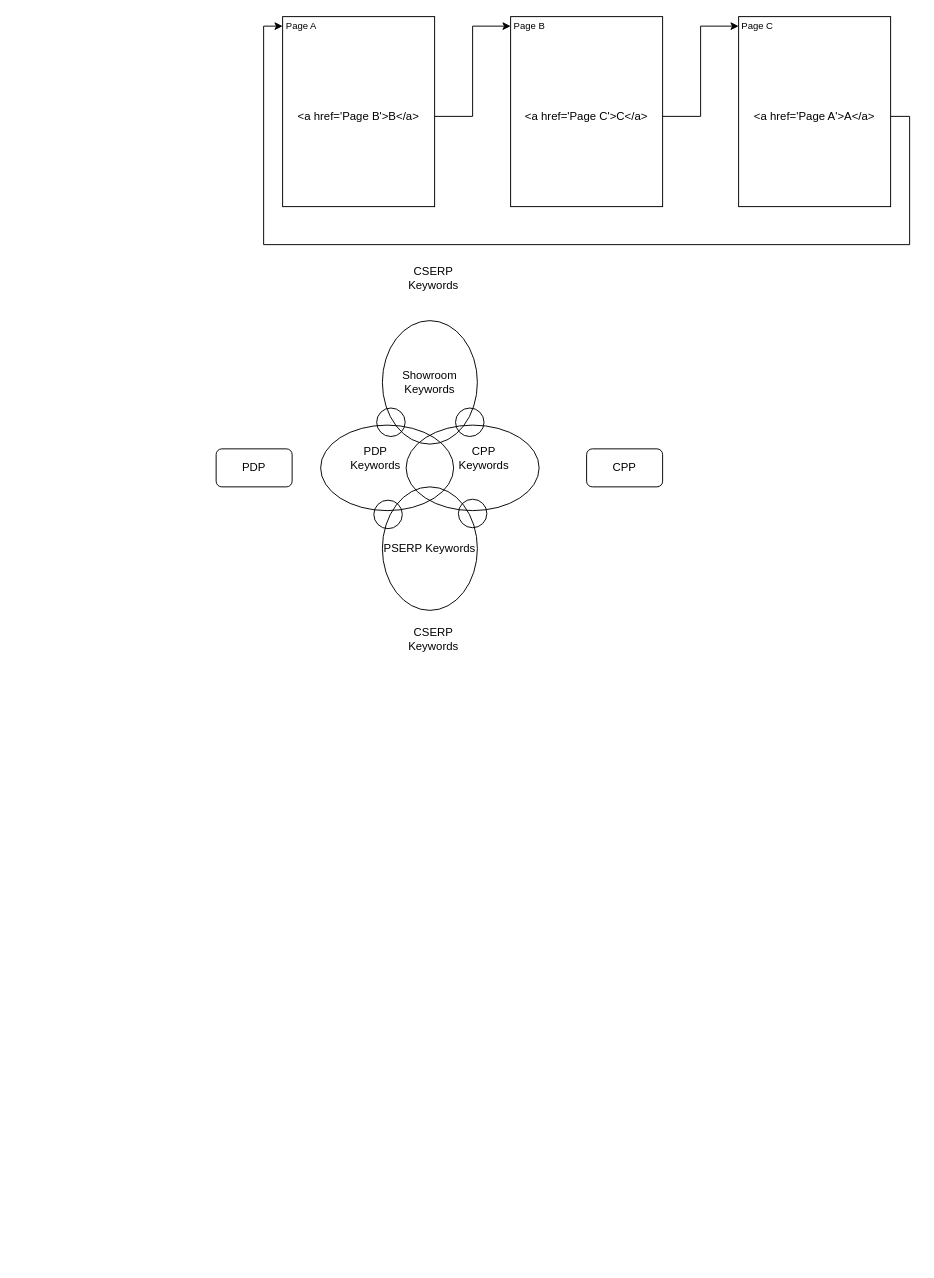
This is drawio/internal_links1225.drawio from VisableHarry/seo-drawio, a draw.io file, before an edit. Source tidied: cells renumbered, new cells numbered last; positions are measured from the earlier drawing's top-left corner, leaving out a move shared by most shapes. Both pictures are drawn from the tidied source at 95%, with x=0, y=0 at pixel (216, 16).
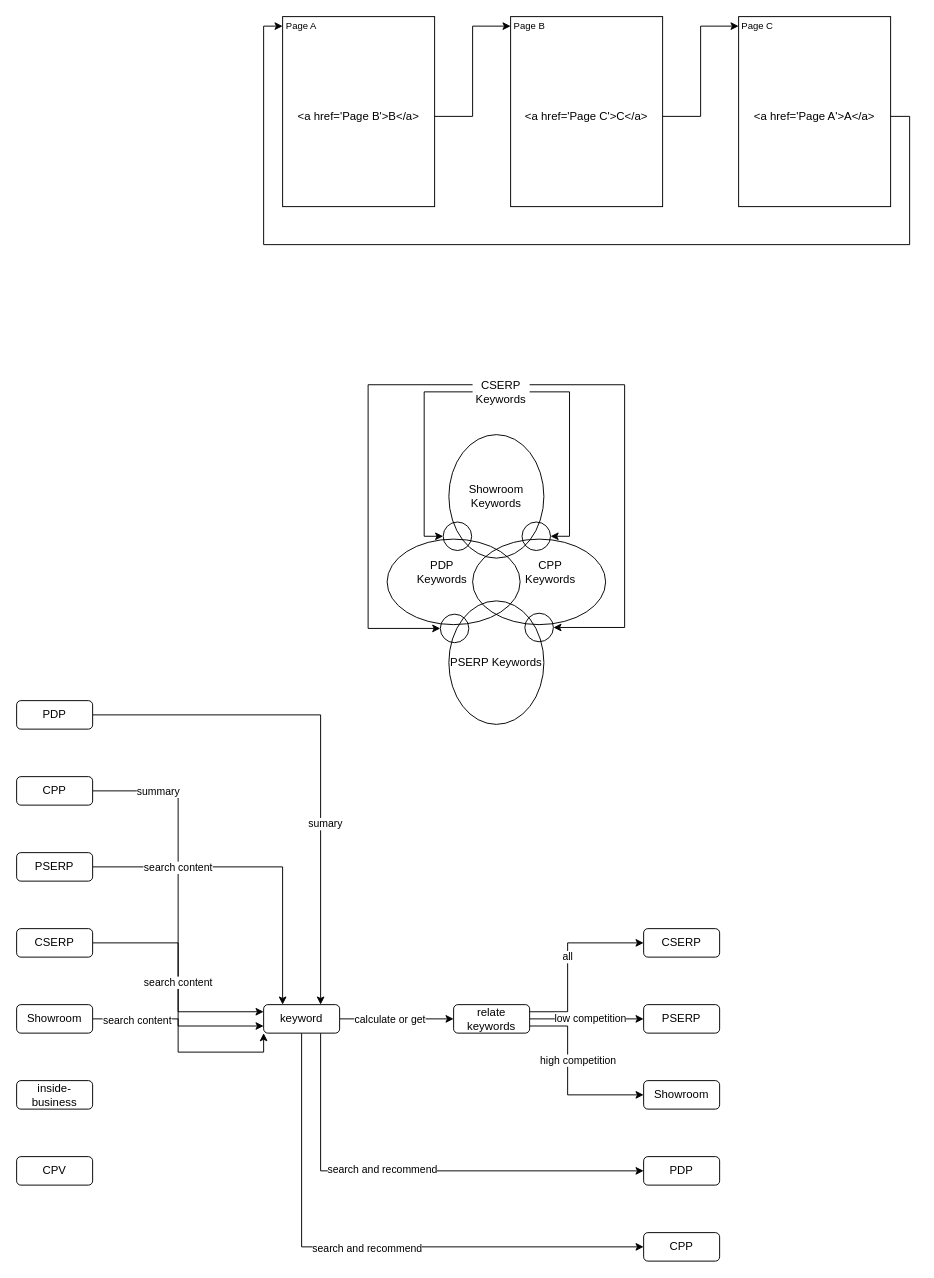
The same diagram, later.

The edit, as a diff of the source:
```diff
@@
-    <mxCell id="14" value="PDP" style="rounded=1;whiteSpace=wrap;html=1;" parent="1" vertex="1">
-      <mxGeometry y="455" width="80" height="40" as="geometry" />
-    </mxCell>
-    <mxCell id="15" value="CPP" style="rounded=1;whiteSpace=wrap;html=1;" parent="1" vertex="1">
-      <mxGeometry x="390" y="455" width="80" height="40" as="geometry" />
-    </mxCell>
     <mxCell id="16" value="PSERP Keywords" style="ellipse;whiteSpace=wrap;html=1;fillColor=none;" parent="1" vertex="1">
-      <mxGeometry x="175" y="495" width="100" height="130" as="geometry" />
+      <mxGeometry x="245" y="615" width="100" height="130" as="geometry" />
     </mxCell>
     <mxCell id="17" value="Showroom Keywords" style="ellipse;whiteSpace=wrap;html=1;fillColor=none;" parent="1" vertex="1">
-      <mxGeometry x="175" y="320" width="100" height="130" as="geometry" />
+      <mxGeometry x="245" y="440" width="100" height="130" as="geometry" />
     </mxCell>
     <mxCell id="18" style="ellipse;whiteSpace=wrap;html=1;fillColor=none;" parent="1" vertex="1">
-      <mxGeometry x="252" y="412" width="30" height="30" as="geometry" />
+      <mxGeometry x="322" y="532" width="30" height="30" as="geometry" />
     </mxCell>
     <mxCell id="19" style="ellipse;whiteSpace=wrap;html=1;fillColor=none;align=left;" parent="1" vertex="1">
-      <mxGeometry x="110" y="430" width="140" height="90" as="geometry" />
+      <mxGeometry x="180" y="550" width="140" height="90" as="geometry" />
     </mxCell>
     <mxCell id="20" style="ellipse;whiteSpace=wrap;html=1;fillColor=none;align=right;" parent="1" vertex="1">
-      <mxGeometry x="200" y="430" width="140" height="90" as="geometry" />
+      <mxGeometry x="270" y="550" width="140" height="90" as="geometry" />
     </mxCell>
     <mxCell id="21" value="PDP Keywords" style="text;html=1;align=center;verticalAlign=middle;whiteSpace=wrap;rounded=0;" parent="1" vertex="1">
-      <mxGeometry x="136" y="450" width="64" height="30" as="geometry" />
+      <mxGeometry x="206" y="570" width="64" height="30" as="geometry" />
     </mxCell>
     <mxCell id="22" value="CPP Keywords" style="text;html=1;align=center;verticalAlign=middle;whiteSpace=wrap;rounded=0;" parent="1" vertex="1">
-      <mxGeometry x="250" y="450" width="64" height="30" as="geometry" />
+      <mxGeometry x="320" y="570" width="64" height="30" as="geometry" />
     </mxCell>
     <mxCell id="23" style="ellipse;whiteSpace=wrap;html=1;fillColor=none;" parent="1" vertex="1">
-      <mxGeometry x="255" y="508" width="30" height="30" as="geometry" />
+      <mxGeometry x="325" y="628" width="30" height="30" as="geometry" />
     </mxCell>
     <mxCell id="24" style="ellipse;whiteSpace=wrap;html=1;fillColor=none;" parent="1" vertex="1">
-      <mxGeometry x="169" y="412" width="30" height="30" as="geometry" />
+      <mxGeometry x="239" y="532" width="30" height="30" as="geometry" />
     </mxCell>
     <mxCell id="25" style="ellipse;whiteSpace=wrap;html=1;fillColor=none;" parent="1" vertex="1">
-      <mxGeometry x="166" y="509" width="30" height="30" as="geometry" />
+      <mxGeometry x="236" y="629" width="30" height="30" as="geometry" />
     </mxCell>
-    <mxCell id="26" value="CSERP Keywords" style="text;html=1;align=center;verticalAlign=middle;whiteSpace=wrap;rounded=0;" parent="1" vertex="1">
-      <mxGeometry x="199" y="640" width="60" height="30" as="geometry" />
-    </mxCell>
+    <mxCell id="28" style="edgeStyle=orthogonalEdgeStyle;rounded=0;jettySize=auto;html=1;exitX=0;exitY=0.5;exitDx=0;exitDy=0;entryX=0;entryY=0.5;entryDx=0;entryDy=0;" parent="1" edge="1" source="27" target="24">
+      <mxGeometry relative="1" as="geometry" />
+    </mxCell>
+    <mxCell id="29" style="edgeStyle=orthogonalEdgeStyle;rounded=0;jettySize=auto;html=1;exitX=1;exitY=0.5;exitDx=0;exitDy=0;entryX=1;entryY=0.5;entryDx=0;entryDy=0;" parent="1" edge="1" source="27" target="18">
+      <mxGeometry relative="1" as="geometry" />
+    </mxCell>
+    <mxCell id="30" style="edgeStyle=orthogonalEdgeStyle;rounded=0;jettySize=auto;html=1;exitX=0;exitY=0.25;exitDx=0;exitDy=0;entryX=0;entryY=0.5;entryDx=0;entryDy=0;" parent="1" edge="1" source="27" target="25">
+      <mxGeometry relative="1" as="geometry">
+        <Array as="points">
+          <mxPoint x="160" y="388" />
+          <mxPoint x="160" y="644" />
+        </Array>
+      </mxGeometry>
+    </mxCell>
+    <mxCell id="31" style="edgeStyle=orthogonalEdgeStyle;rounded=0;jettySize=auto;html=1;exitX=1;exitY=0.25;exitDx=0;exitDy=0;entryX=1;entryY=0.5;entryDx=0;entryDy=0;" parent="1" edge="1" source="27" target="23">
+      <mxGeometry relative="1" as="geometry">
+        <Array as="points">
+          <mxPoint x="430" y="388" />
+          <mxPoint x="430" y="643" />
+        </Array>
+      </mxGeometry>
+    </mxCell>
     <mxCell id="27" value="CSERP Keywords" style="text;html=1;align=center;verticalAlign=middle;whiteSpace=wrap;rounded=0;" parent="1" vertex="1">
-      <mxGeometry x="199" y="260" width="60" height="30" as="geometry" />
+      <mxGeometry x="270" y="380" width="60" height="30" as="geometry" />
     </mxCell>
+    <mxCell id="32" style="edgeStyle=orthogonalEdgeStyle;rounded=0;jettySize=auto;html=1;exitX=1;exitY=0.5;exitDx=0;exitDy=0;entryX=0;entryY=0.5;entryDx=0;entryDy=0;" parent="1" edge="1" source="38" target="45">
+      <mxGeometry relative="1" as="geometry" />
+    </mxCell>
+    <mxCell id="33" value="calculate or get" style="edgeLabel;html=1;align=center;verticalAlign=middle;" parent="32" vertex="1">
+      <mxGeometry x="-0.38" y="1" relative="1" as="geometry">
+        <mxPoint x="15" y="1" as="offset" />
+      </mxGeometry>
+    </mxCell>
+    <mxCell id="34" style="edgeStyle=orthogonalEdgeStyle;rounded=0;jettySize=auto;html=1;exitX=0.75;exitY=1;exitDx=0;exitDy=0;entryX=0;entryY=0.5;entryDx=0;entryDy=0;" parent="1" edge="1" source="38" target="49">
+      <mxGeometry relative="1" as="geometry" />
+    </mxCell>
+    <mxCell id="35" value="search and recommend" style="edgeLabel;html=1;align=center;verticalAlign=middle;" parent="34" vertex="1">
+      <mxGeometry x="-0.14" y="3" relative="1" as="geometry">
+        <mxPoint y="1" as="offset" />
+      </mxGeometry>
+    </mxCell>
+    <mxCell id="36" style="edgeStyle=orthogonalEdgeStyle;rounded=0;jettySize=auto;html=1;exitX=0.5;exitY=1;exitDx=0;exitDy=0;entryX=0;entryY=0.5;entryDx=0;entryDy=0;" parent="1" edge="1" source="38" target="56">
+      <mxGeometry relative="1" as="geometry" />
+    </mxCell>
+    <mxCell id="37" value="search and recommend" style="edgeLabel;html=1;align=center;verticalAlign=middle;" parent="36" vertex="1">
+      <mxGeometry relative="1" as="geometry">
+        <mxPoint y="1" as="offset" />
+      </mxGeometry>
+    </mxCell>
+    <mxCell id="38" value="keyword" style="rounded=1;whiteSpace=wrap;html=1;strokeColor=default;align=center;verticalAlign=middle;fontFamily=Helvetica;fontSize=12;fontColor=default;fillColor=default;" parent="1" vertex="1">
+      <mxGeometry x="50" y="1040" width="80" height="30" as="geometry" />
+    </mxCell>
+    <mxCell id="39" style="edgeStyle=orthogonalEdgeStyle;rounded=0;jettySize=auto;html=1;exitX=1;exitY=0.25;exitDx=0;exitDy=0;entryX=0;entryY=0.5;entryDx=0;entryDy=0;" parent="1" edge="1" source="45" target="46">
+      <mxGeometry relative="1" as="geometry">
+        <Array as="points">
+          <mxPoint x="370" y="1048" />
+          <mxPoint x="370" y="975" />
+        </Array>
+      </mxGeometry>
+    </mxCell>
+    <mxCell id="40" value="all" style="edgeLabel;html=1;align=center;verticalAlign=middle;" parent="39" vertex="1">
+      <mxGeometry x="0.02" y="1" relative="1" as="geometry" />
+    </mxCell>
+    <mxCell id="41" style="edgeStyle=orthogonalEdgeStyle;rounded=0;jettySize=auto;html=1;exitX=1;exitY=0.5;exitDx=0;exitDy=0;entryX=0;entryY=0.5;entryDx=0;entryDy=0;" parent="1" edge="1" source="45" target="47">
+      <mxGeometry relative="1" as="geometry" />
+    </mxCell>
+    <mxCell id="42" value="low competition" style="edgeLabel;html=1;align=center;verticalAlign=middle;" parent="41" vertex="1">
+      <mxGeometry x="0.05" y="2" relative="1" as="geometry">
+        <mxPoint y="1" as="offset" />
+      </mxGeometry>
+    </mxCell>
+    <mxCell id="43" style="edgeStyle=orthogonalEdgeStyle;rounded=0;jettySize=auto;html=1;exitX=1;exitY=0.75;exitDx=0;exitDy=0;entryX=0;entryY=0.5;entryDx=0;entryDy=0;" parent="1" edge="1" source="45" target="48">
+      <mxGeometry relative="1" as="geometry">
+        <Array as="points">
+          <mxPoint x="370" y="1063" />
+          <mxPoint x="370" y="1135" />
+        </Array>
+      </mxGeometry>
+    </mxCell>
+    <mxCell id="44" value="high competition" style="edgeLabel;html=1;align=center;verticalAlign=middle;" parent="43" vertex="1">
+      <mxGeometry x="-0.21" y="-1" relative="1" as="geometry">
+        <mxPoint x="11" as="offset" />
+      </mxGeometry>
+    </mxCell>
+    <mxCell id="45" value="relate keywords" style="rounded=1;whiteSpace=wrap;html=1;" parent="1" vertex="1">
+      <mxGeometry x="250" y="1040" width="80" height="30" as="geometry" />
+    </mxCell>
+    <mxCell id="46" value="CSERP" style="rounded=1;whiteSpace=wrap;html=1;" parent="1" vertex="1">
+      <mxGeometry x="450" y="960" width="80" height="30" as="geometry" />
+    </mxCell>
+    <mxCell id="47" value="PSERP" style="rounded=1;whiteSpace=wrap;html=1;" parent="1" vertex="1">
+      <mxGeometry x="450" y="1040" width="80" height="30" as="geometry" />
+    </mxCell>
+    <mxCell id="48" value="Showroom" style="rounded=1;whiteSpace=wrap;html=1;" parent="1" vertex="1">
+      <mxGeometry x="450" y="1120" width="80" height="30" as="geometry" />
+    </mxCell>
+    <mxCell id="49" value="PDP" style="rounded=1;whiteSpace=wrap;html=1;" parent="1" vertex="1">
+      <mxGeometry x="450" y="1200" width="80" height="30" as="geometry" />
+    </mxCell>
+    <mxCell id="50" style="edgeStyle=orthogonalEdgeStyle;rounded=0;jettySize=auto;html=1;exitX=1;exitY=0.5;exitDx=0;exitDy=0;entryX=0;entryY=1;entryDx=0;entryDy=0;" parent="1" edge="1" source="52" target="38">
+      <mxGeometry relative="1" as="geometry" />
+    </mxCell>
+    <mxCell id="51" value="search content" style="edgeLabel;html=1;align=center;verticalAlign=middle;" parent="50" vertex="1">
+      <mxGeometry x="-0.61" relative="1" as="geometry">
+        <mxPoint y="1" as="offset" />
+      </mxGeometry>
+    </mxCell>
+    <mxCell id="52" value="Showroom" style="rounded=1;whiteSpace=wrap;html=1;" parent="1" vertex="1">
+      <mxGeometry x="-210" y="1040" width="80" height="30" as="geometry" />
+    </mxCell>
+    <mxCell id="53" style="edgeStyle=orthogonalEdgeStyle;rounded=0;jettySize=auto;html=1;exitX=1;exitY=0.5;exitDx=0;exitDy=0;entryX=0.75;entryY=0;entryDx=0;entryDy=0;" parent="1" edge="1" source="55" target="38">
+      <mxGeometry relative="1" as="geometry" />
+    </mxCell>
+    <mxCell id="54" value="sumary" style="edgeLabel;html=1;align=center;verticalAlign=middle;" parent="53" vertex="1">
+      <mxGeometry x="0.3" y="4" relative="1" as="geometry" />
+    </mxCell>
+    <mxCell id="55" value="PDP" style="rounded=1;whiteSpace=wrap;html=1;" parent="1" vertex="1">
+      <mxGeometry x="-210" y="720" width="80" height="30" as="geometry" />
+    </mxCell>
+    <mxCell id="56" value="CPP" style="rounded=1;whiteSpace=wrap;html=1;" parent="1" vertex="1">
+      <mxGeometry x="450" y="1280" width="80" height="30" as="geometry" />
+    </mxCell>
+    <mxCell id="57" style="edgeStyle=orthogonalEdgeStyle;rounded=0;jettySize=auto;html=1;exitX=1;exitY=0.5;exitDx=0;exitDy=0;entryX=0;entryY=0.25;entryDx=0;entryDy=0;" parent="1" edge="1" source="59" target="38">
+      <mxGeometry relative="1" as="geometry" />
+    </mxCell>
+    <mxCell id="58" value="summary" style="edgeLabel;html=1;align=center;verticalAlign=middle;" parent="57" vertex="1">
+      <mxGeometry x="-0.67" y="1" relative="1" as="geometry">
+        <mxPoint y="1" as="offset" />
+      </mxGeometry>
+    </mxCell>
+    <mxCell id="59" value="CPP" style="rounded=1;whiteSpace=wrap;html=1;" parent="1" vertex="1">
+      <mxGeometry x="-210" y="800" width="80" height="30" as="geometry" />
+    </mxCell>
+    <mxCell id="60" style="edgeStyle=orthogonalEdgeStyle;rounded=0;jettySize=auto;html=1;exitX=1;exitY=0.5;exitDx=0;exitDy=0;entryX=0;entryY=0.75;entryDx=0;entryDy=0;" parent="1" edge="1" source="62" target="38">
+      <mxGeometry relative="1" as="geometry" />
+    </mxCell>
+    <mxCell id="61" value="search content" style="edgeLabel;html=1;align=center;verticalAlign=middle;" parent="60" vertex="1">
+      <mxGeometry x="-0.02" y="-2" relative="1" as="geometry">
+        <mxPoint x="1" as="offset" />
+      </mxGeometry>
+    </mxCell>
+    <mxCell id="62" value="CSERP" style="rounded=1;whiteSpace=wrap;html=1;" parent="1" vertex="1">
+      <mxGeometry x="-210" y="960" width="80" height="30" as="geometry" />
+    </mxCell>
+    <mxCell id="63" style="edgeStyle=orthogonalEdgeStyle;rounded=0;jettySize=auto;html=1;exitX=1;exitY=0.5;exitDx=0;exitDy=0;entryX=0.25;entryY=0;entryDx=0;entryDy=0;" parent="1" edge="1" source="65" target="38">
+      <mxGeometry relative="1" as="geometry" />
+    </mxCell>
+    <mxCell id="64" value="search content" style="edgeLabel;html=1;align=center;verticalAlign=middle;" parent="63" vertex="1">
+      <mxGeometry x="-0.57" y="2" relative="1" as="geometry">
+        <mxPoint x="15" y="2" as="offset" />
+      </mxGeometry>
+    </mxCell>
+    <mxCell id="65" value="PSERP" style="rounded=1;whiteSpace=wrap;html=1;" parent="1" vertex="1">
+      <mxGeometry x="-210" y="880" width="80" height="30" as="geometry" />
+    </mxCell>
+    <mxCell id="66" value="inside-business" style="rounded=1;whiteSpace=wrap;html=1;" parent="1" vertex="1">
+      <mxGeometry x="-210" y="1120" width="80" height="30" as="geometry" />
+    </mxCell>
+    <mxCell id="67" value="CPV" style="rounded=1;whiteSpace=wrap;html=1;" parent="1" vertex="1">
+      <mxGeometry x="-210" y="1200" width="80" height="30" as="geometry" />
+    </mxCell>
```
